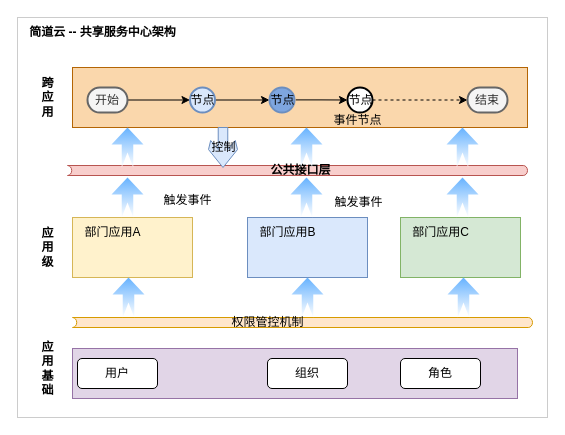
leonhard1Q84/leonhard1Q84.github.io keeps this draw.io diagram as 简道云公共资源.drawio. Above is the earlier version. Source tidied: cells renumbered, new cells numbered last; positions are measured from the earlier drawing's top-left corner, leaving out a move shared by most shapes. Both pictures are drawn from the tidied source at 100%, with x=0, y=0 at pixel (17, 17).
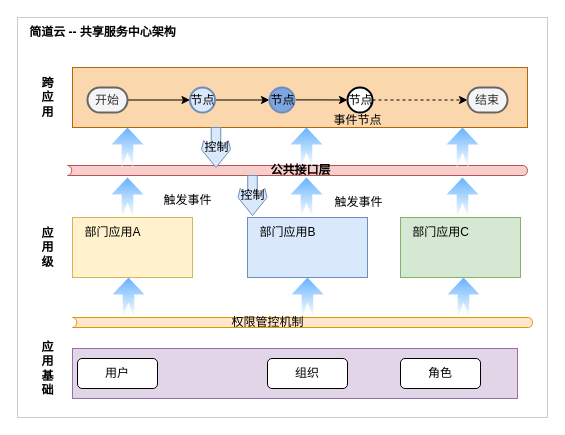
The same page after the edit.

Commit message (it also covers changes not shown here):
更新简道云公共资源.drawio

Change to the diagram source:
```diff
@@
     <mxCell id="43" style="html=1;shadow=0;dashed=0;align=center;verticalAlign=middle;shape=mxgraph.arrows2.sharpArrow2;dy1=0.67;dx1=18;dx2=18;dy3=0.15;dx3=27;notch=0;flipV=1;direction=north;fillColor=#dae8fc;strokeColor=#6c8ebf;" parent="1" vertex="1">
-      <mxGeometry x="191" y="110" width="29" height="40" as="geometry" />
+      <mxGeometry x="184" y="110" width="29" height="40" as="geometry" />
     </mxCell>
@@
     <mxCell id="45" value="控制" style="text;html=1;align=center;verticalAlign=middle;strokeColor=none;fillColor=none;" parent="1" vertex="1">
-      <mxGeometry x="180.5" y="115" width="50" height="30" as="geometry" />
+      <mxGeometry x="173.5" y="115" width="50" height="30" as="geometry" />
     </mxCell>
@@
+    <mxCell id="48" style="html=1;shadow=0;dashed=0;align=center;verticalAlign=middle;shape=mxgraph.arrows2.sharpArrow2;dy1=0.67;dx1=18;dx2=18;dy3=0.15;dx3=27;notch=0;flipV=1;direction=north;fillColor=#dae8fc;strokeColor=#6c8ebf;" parent="1" vertex="1">
+      <mxGeometry x="220.5" y="158" width="29" height="40" as="geometry" />
+    </mxCell>
+    <mxCell id="49" value="控制" style="text;html=1;align=center;verticalAlign=middle;strokeColor=none;fillColor=none;" parent="1" vertex="1">
+      <mxGeometry x="210" y="163" width="50" height="30" as="geometry" />
+    </mxCell>
```
